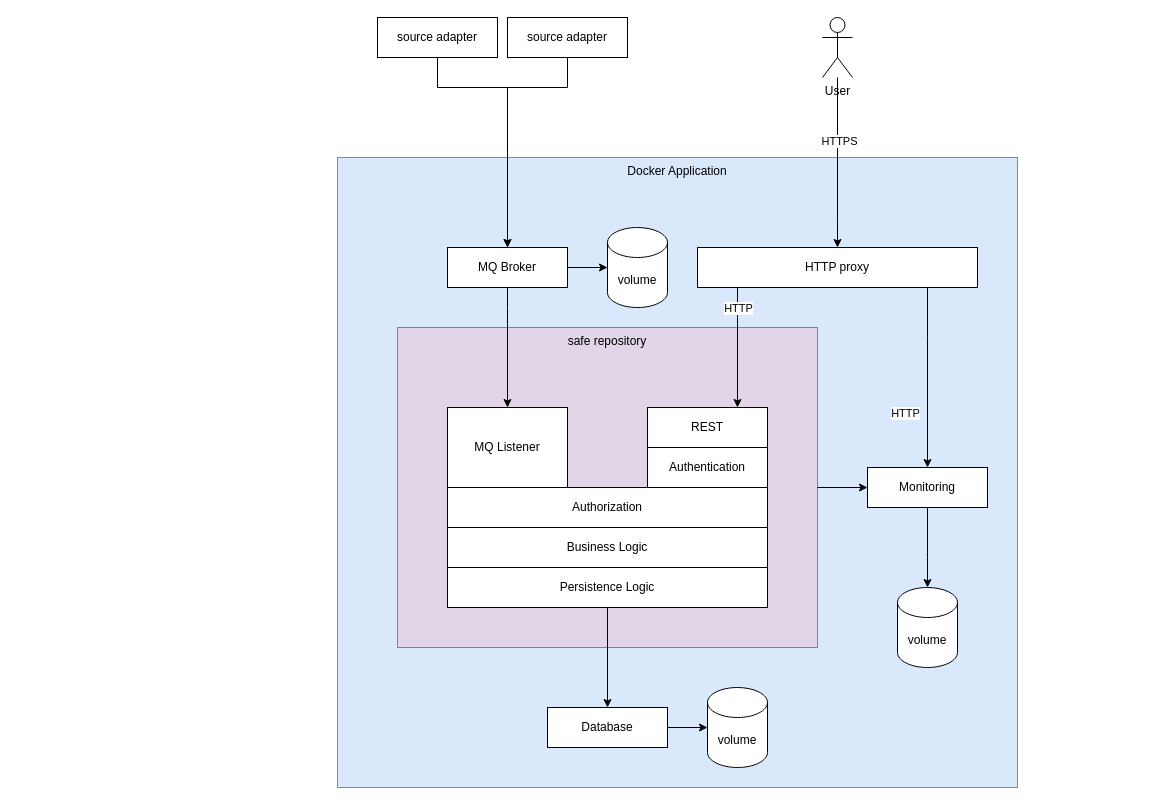
alros-essex/ssdcs-assignment keeps this draw.io diagram as page "Components" (1 of 4) of documents/sections/components.drawio. Above is the earlier version. Source tidied: cells renumbered, new cells numbered last; positions are measured from the earlier drawing's top-left corner, leaving out a move shared by most shapes. Both pictures are drawn from the tidied source at 100%, with x=0, y=0 at pixel (337, 17).
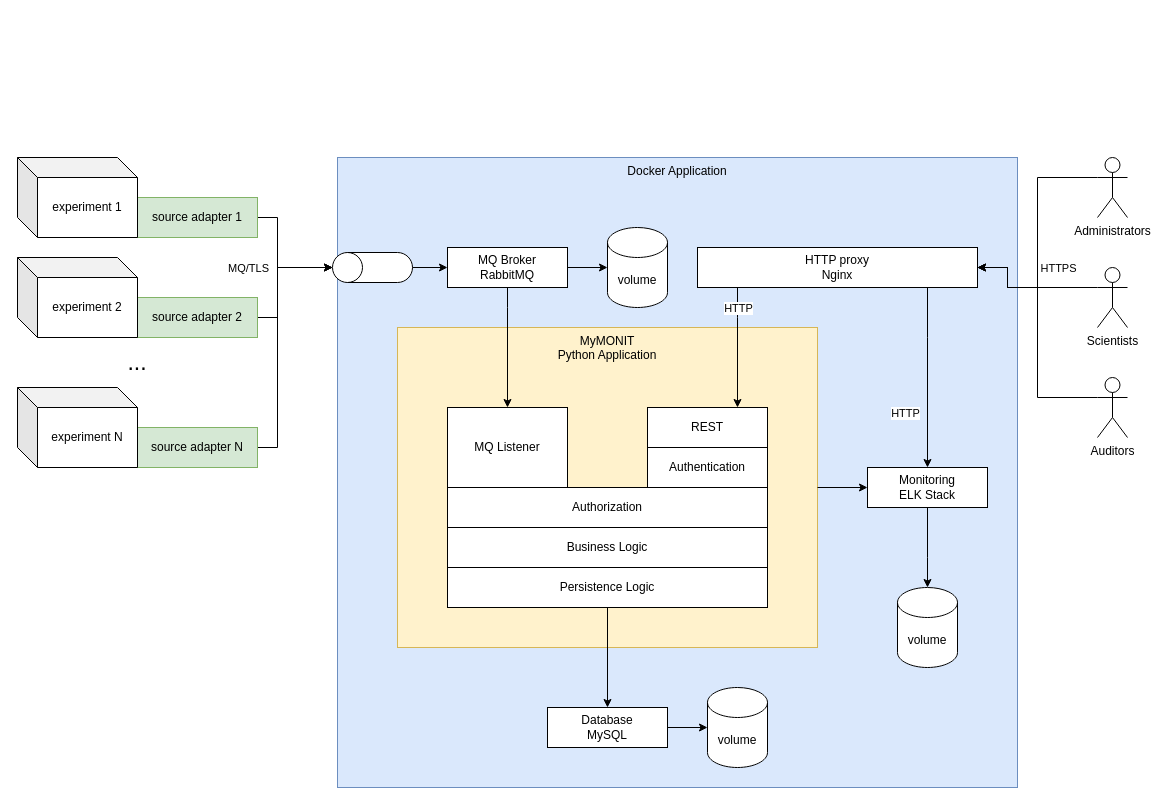
After the change.

Change to the diagram source:
```diff
@@
-    <mxCell id="3" value="safe repository" style="rounded=0;whiteSpace=wrap;html=1;fillColor=#e1d5e7;verticalAlign=top;strokeColor=#9673a6;" parent="1" vertex="1">
+    <mxCell id="3" value="MyMONIT&lt;br&gt;Python Application" style="rounded=0;whiteSpace=wrap;html=1;fillColor=#fff2cc;verticalAlign=top;strokeColor=#d6b656;" parent="1" vertex="1">
       <mxGeometry x="60" y="310" width="420" height="320" as="geometry" />
     </mxCell>
@@
-    <mxCell id="8" value="HTTP proxy" style="rounded=0;whiteSpace=wrap;html=1;" parent="1" vertex="1">
+    <mxCell id="8" value="HTTP proxy&lt;br&gt;Nginx" style="rounded=0;whiteSpace=wrap;html=1;" parent="1" vertex="1">
       <mxGeometry x="360" y="230" width="280" height="40" as="geometry" />
     </mxCell>
@@
-    <mxCell id="10" style="edgeStyle=orthogonalEdgeStyle;rounded=0;jettySize=auto;html=1;" parent="1" edge="1" source="11" target="14">
-      <mxGeometry relative="1" as="geometry">
-        <Array as="points">
-          <mxPoint x="230" y="70" />
-          <mxPoint x="170" y="70" />
-        </Array>
-      </mxGeometry>
-    </mxCell>
+    <mxCell id="34" style="edgeStyle=orthogonalEdgeStyle;rounded=0;jettySize=auto;html=1;entryX=0.5;entryY=0;entryDx=0;entryDy=0;entryPerimeter=0;endArrow=classic;endFill=1;exitX=1;exitY=0.5;exitDx=0;exitDy=0;" parent="1" edge="1" source="11" target="37">
+      <mxGeometry relative="1" as="geometry">
+        <Array as="points">
+          <mxPoint x="-60" y="300" />
+          <mxPoint x="-60" y="250" />
+        </Array>
+      </mxGeometry>
+    </mxCell>
-    <mxCell id="11" value="source adapter" style="rounded=0;whiteSpace=wrap;html=1;" parent="1" vertex="1">
-      <mxGeometry x="170" width="120" height="40" as="geometry" />
+    <mxCell id="11" value="source adapter 2" style="rounded=0;whiteSpace=wrap;html=1;fillColor=#d5e8d4;strokeColor=#82b366;" parent="1" vertex="1">
+      <mxGeometry x="-200" y="280" width="120" height="40" as="geometry" />
     </mxCell>
@@
-    <mxCell id="14" value="MQ Broker" style="rounded=0;whiteSpace=wrap;html=1;" parent="1" vertex="1">
+    <mxCell id="14" value="MQ Broker&lt;br&gt;RabbitMQ" style="rounded=0;whiteSpace=wrap;html=1;" parent="1" vertex="1">
       <mxGeometry x="110" y="230" width="120" height="40" as="geometry" />
     </mxCell>
@@
-    <mxCell id="18" value="Database" style="rounded=0;whiteSpace=wrap;html=1;" parent="1" vertex="1">
+    <mxCell id="18" value="Database&lt;br&gt;MySQL" style="rounded=0;whiteSpace=wrap;html=1;" parent="1" vertex="1">
       <mxGeometry x="210" y="690" width="120" height="40" as="geometry" />
     </mxCell>
-    <mxCell id="19" style="edgeStyle=orthogonalEdgeStyle;rounded=0;jettySize=auto;html=1;startArrow=none;startFill=0;" parent="1" edge="1" source="21">
+    <mxCell id="19" style="edgeStyle=orthogonalEdgeStyle;rounded=0;jettySize=auto;html=1;startArrow=none;startFill=0;exitX=0;exitY=0.3333333333333333;exitDx=0;exitDy=0;exitPerimeter=0;entryX=1;entryY=0.5;entryDx=0;entryDy=0;" parent="1" edge="1" source="21" target="8">
       <mxGeometry relative="1" as="geometry">
-        <mxPoint x="500" y="230" as="targetPoint" />
         <Array as="points">
-          <mxPoint x="500" y="200" />
-          <mxPoint x="500" y="200" />
+          <mxPoint x="670" y="270" />
+          <mxPoint x="670" y="250" />
         </Array>
       </mxGeometry>
     </mxCell>
     <mxCell id="20" value="HTTPS" style="edgeLabel;html=1;align=center;verticalAlign=middle;" parent="19" vertex="1">
-      <mxGeometry x="-0.26" y="1" relative="1" as="geometry" />
+      <mxGeometry x="-0.26" y="1" relative="1" as="geometry">
+        <mxPoint x="12" y="-21" as="offset" />
+      </mxGeometry>
     </mxCell>
-    <mxCell id="21" value="User" style="shape=umlActor;verticalLabelPosition=bottom;verticalAlign=top;html=1;outlineConnect=0;fillColor=none;" parent="1" vertex="1">
-      <mxGeometry x="485" width="30" height="60" as="geometry" />
+    <mxCell id="21" value="Scientists" style="shape=umlActor;verticalLabelPosition=bottom;verticalAlign=top;html=1;outlineConnect=0;fillColor=none;" parent="1" vertex="1">
+      <mxGeometry x="760" y="250" width="30" height="60" as="geometry" />
     </mxCell>
-    <mxCell id="22" style="edgeStyle=orthogonalEdgeStyle;rounded=0;jettySize=auto;html=1;entryX=0.5;entryY=0;entryDx=0;entryDy=0;startArrow=none;startFill=0;" parent="1" edge="1" source="23" target="14">
-      <mxGeometry relative="1" as="geometry">
-        <Array as="points">
-          <mxPoint x="100" y="70" />
-          <mxPoint x="170" y="70" />
-        </Array>
-      </mxGeometry>
-    </mxCell>
+    <mxCell id="35" style="edgeStyle=orthogonalEdgeStyle;rounded=0;jettySize=auto;html=1;entryX=0.5;entryY=0;entryDx=0;entryDy=0;entryPerimeter=0;endArrow=classic;endFill=1;exitX=1;exitY=0.5;exitDx=0;exitDy=0;" parent="1" edge="1" source="23" target="37">
+      <mxGeometry relative="1" as="geometry">
+        <Array as="points">
+          <mxPoint x="-60" y="200" />
+          <mxPoint x="-60" y="250" />
+        </Array>
+      </mxGeometry>
+    </mxCell>
-    <mxCell id="23" value="source adapter" style="rounded=0;whiteSpace=wrap;html=1;" parent="1" vertex="1">
-      <mxGeometry x="40" width="120" height="40" as="geometry" />
+    <mxCell id="23" value="source adapter 1" style="rounded=0;whiteSpace=wrap;html=1;fillColor=#d5e8d4;strokeColor=#82b366;" parent="1" vertex="1">
+      <mxGeometry x="-200" y="180" width="120" height="40" as="geometry" />
     </mxCell>
@@
-    <mxCell id="32" value="Monitoring" style="rounded=0;whiteSpace=wrap;html=1;" parent="1" vertex="1">
+    <mxCell id="32" value="Monitoring&lt;br&gt;ELK Stack" style="rounded=0;whiteSpace=wrap;html=1;" parent="1" vertex="1">
       <mxGeometry x="530" y="450" width="120" height="40" as="geometry" />
     </mxCell>
@@
+    <mxCell id="36" style="edgeStyle=orthogonalEdgeStyle;rounded=0;jettySize=auto;html=1;endArrow=classic;endFill=1;exitX=0.5;exitY=1;exitDx=0;exitDy=0;exitPerimeter=0;entryX=0;entryY=0.5;entryDx=0;entryDy=0;" parent="1" edge="1" source="37" target="14">
+      <mxGeometry relative="1" as="geometry">
+        <Array as="points">
+          <mxPoint x="60" y="250" />
+          <mxPoint x="60" y="250" />
+        </Array>
+      </mxGeometry>
+    </mxCell>
+    <mxCell id="37" style="shape=cylinder3;whiteSpace=wrap;html=1;boundedLbl=1;backgroundOutline=1;size=15;rotation=-90;" parent="1" vertex="1">
+      <mxGeometry x="20" y="210" width="30" height="80" as="geometry" />
+    </mxCell>
+    <mxCell id="38" style="edgeStyle=orthogonalEdgeStyle;rounded=0;jettySize=auto;html=1;entryX=0.5;entryY=0;entryDx=0;entryDy=0;entryPerimeter=0;endArrow=classic;endFill=1;exitX=1;exitY=0.5;exitDx=0;exitDy=0;" parent="1" edge="1" source="40" target="37">
+      <mxGeometry relative="1" as="geometry">
+        <Array as="points">
+          <mxPoint x="-60" y="430" />
+          <mxPoint x="-60" y="250" />
+        </Array>
+      </mxGeometry>
+    </mxCell>
+    <mxCell id="39" value="MQ/TLS" style="edgeLabel;html=1;align=center;verticalAlign=middle;fontSize=11;" parent="38" vertex="1">
+      <mxGeometry x="0.65" y="2" relative="1" as="geometry">
+        <mxPoint x="-40" y="2" as="offset" />
+      </mxGeometry>
+    </mxCell>
+    <mxCell id="40" value="source adapter N" style="rounded=0;whiteSpace=wrap;html=1;fillColor=#d5e8d4;strokeColor=#82b366;" parent="1" vertex="1">
+      <mxGeometry x="-200" y="410" width="120" height="40" as="geometry" />
+    </mxCell>
+    <mxCell id="41" value="..." style="text;html=1;strokeColor=none;fillColor=none;align=center;verticalAlign=middle;whiteSpace=wrap;rounded=0;fontSize=23;" parent="1" vertex="1">
+      <mxGeometry x="-230" y="330" width="60" height="30" as="geometry" />
+    </mxCell>
+    <mxCell id="42" value="experiment 1" style="shape=cube;whiteSpace=wrap;html=1;boundedLbl=1;backgroundOutline=1;darkOpacity=0.05;darkOpacity2=0.1;" parent="1" vertex="1">
+      <mxGeometry x="-320" y="140" width="120" height="80" as="geometry" />
+    </mxCell>
+    <mxCell id="43" value="experiment 2" style="shape=cube;whiteSpace=wrap;html=1;boundedLbl=1;backgroundOutline=1;darkOpacity=0.05;darkOpacity2=0.1;" parent="1" vertex="1">
+      <mxGeometry x="-320" y="240" width="120" height="80" as="geometry" />
+    </mxCell>
+    <mxCell id="44" value="experiment N" style="shape=cube;whiteSpace=wrap;html=1;boundedLbl=1;backgroundOutline=1;darkOpacity=0.05;darkOpacity2=0.1;" parent="1" vertex="1">
+      <mxGeometry x="-320" y="370" width="120" height="80" as="geometry" />
+    </mxCell>
+    <mxCell id="45" style="edgeStyle=orthogonalEdgeStyle;rounded=0;jettySize=auto;html=1;entryX=1;entryY=0.5;entryDx=0;entryDy=0;fontSize=23;endArrow=classic;endFill=1;exitX=0;exitY=0.3333333333333333;exitDx=0;exitDy=0;exitPerimeter=0;" parent="1" edge="1" source="46" target="8">
+      <mxGeometry relative="1" as="geometry">
+        <Array as="points">
+          <mxPoint x="700" y="380" />
+          <mxPoint x="700" y="270" />
+          <mxPoint x="670" y="270" />
+          <mxPoint x="670" y="250" />
+        </Array>
+      </mxGeometry>
+    </mxCell>
+    <mxCell id="46" value="Auditors" style="shape=umlActor;verticalLabelPosition=bottom;verticalAlign=top;html=1;outlineConnect=0;fillColor=none;" parent="1" vertex="1">
+      <mxGeometry x="760" y="360" width="30" height="60" as="geometry" />
+    </mxCell>
+    <mxCell id="47" style="edgeStyle=orthogonalEdgeStyle;rounded=0;jettySize=auto;html=1;entryX=1;entryY=0.5;entryDx=0;entryDy=0;fontSize=23;endArrow=classic;endFill=1;exitX=0;exitY=0.3333333333333333;exitDx=0;exitDy=0;exitPerimeter=0;" parent="1" edge="1" source="48" target="8">
+      <mxGeometry relative="1" as="geometry">
+        <Array as="points">
+          <mxPoint x="700" y="160" />
+          <mxPoint x="700" y="270" />
+          <mxPoint x="670" y="270" />
+          <mxPoint x="670" y="250" />
+        </Array>
+      </mxGeometry>
+    </mxCell>
+    <mxCell id="48" value="Administrators" style="shape=umlActor;verticalLabelPosition=bottom;verticalAlign=top;html=1;outlineConnect=0;fillColor=none;" parent="1" vertex="1">
+      <mxGeometry x="760" y="140" width="30" height="60" as="geometry" />
+    </mxCell>
```
